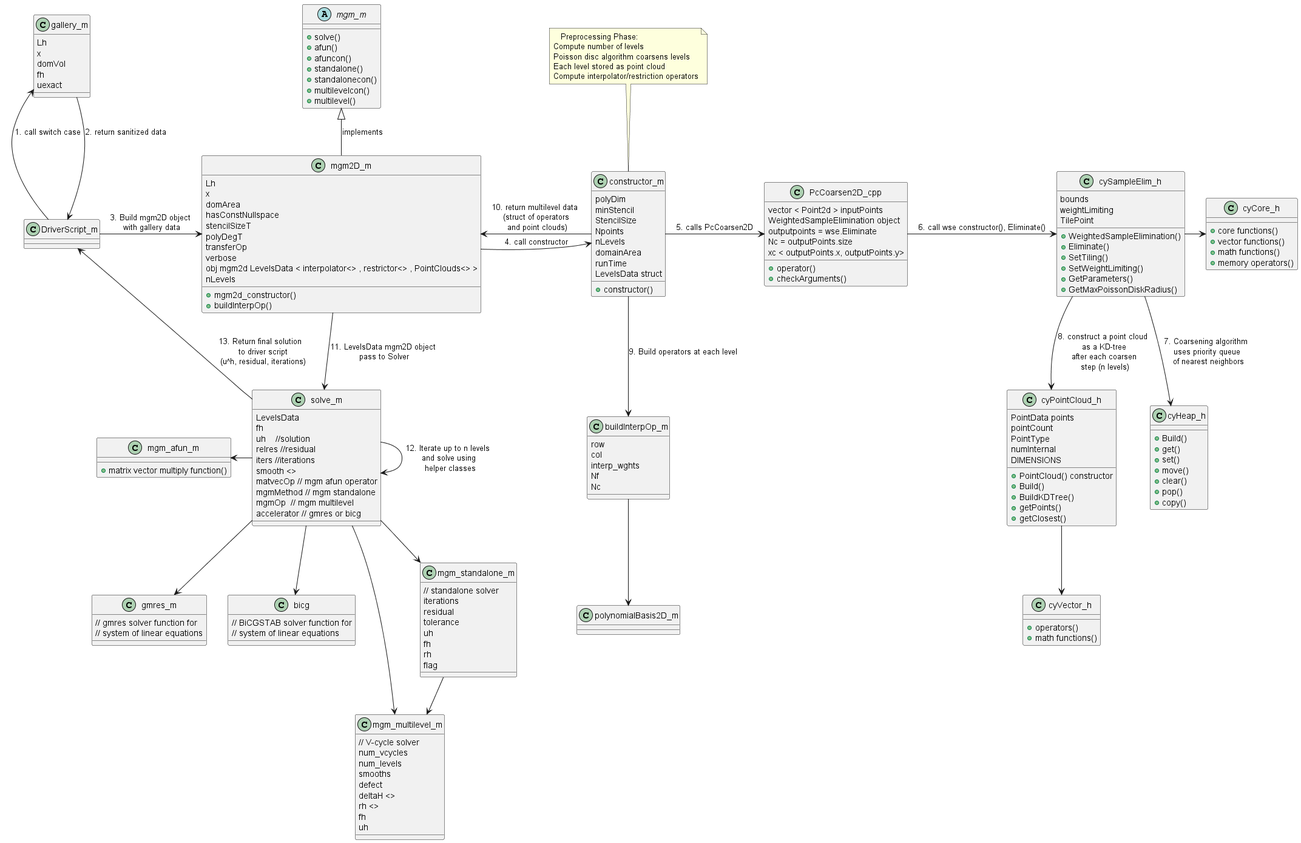
Earlier version of the PlantUML export docs/ClassDiagram.png (cs481-ekh/s24-meshers). Source of this version:
```plantuml
@startuml

abstract class mgm_m {
    +solve()
    +afun()
	+afuncon()
	+standalone()
	+standalonecon()
	+multilevelcon()
	+multilevel()
}

class mgm2D_m {
	Lh
	x
	domArea
	hasConstNullspace
	stencilSizeT
	polyDegT
	transferOp
	verbose
	obj mgm2d LevelsData < interpolator<> , restrictor<> , PointClouds<> >
	nLevels
    +mgm2d_constructor()
	+buildInterpOp()
}

class gallery_m {
	Lh
	x
	domVol
	fh
	uexact
}

class DriverScript_m {

}

class solve_m {
    LevelsData
	fh
	uh	//solution
	relres //residual
	iters //iterations
	smooth <>
	matvecOp // mgm afun operator
	mgmMethod // mgm standalone
	mgmOp  // mgm multilevel
	accelerator // gmres or bicg
}

class constructor_m {
	polyDim
	minStencil
	StencilSize
	Npoints
	nLevels
	domainArea
	runTime
	LevelsData struct
    +constructor()

}

class PcCoarsen2D_cpp {
	vector < Point2d > inputPoints
	WeightedSampleElimination object
	outputpoints = wse.Eliminate
	Nc = outputPoints.size
	xc < outputPoints.x, outputPoints.y>
	+operator()
	+checkArguments()
}

class cyHeap_h {
	+Build()
	+get()
	+set()
	+move()
	+clear()
	+pop()
	+copy()
}

class cyPointCloud_h {
	PointData points
	pointCount
	PointType
	numInternal
	DIMENSIONS
	+PointCloud() constructor
	+Build()
	+BuildKDTree()
	+getPoints()
	+getClosest()


}

class buildInterpOp_m {
	row
	col
	interp_wghts
	Nf
	Nc
}

class cyVector_h{
	+operators()
	+math functions()
}

class cySampleElim_h {
	bounds
	weightLimiting
	TilePoint
	+WeightedSampleElimination()
	+Eliminate()
	+SetTiling()
	+SetWeightLimiting()
	+GetParameters()
	+GetMaxPoissonDiskRadius()

}

class cyCore_h {
	+core functions()
	+vector functions()
	+math functions()
	+memory operators()
}

class polynomialBasis2D_m {

}

class mgm_afun_m {
	+matrix vector multiply function()
}

class mgm_multilevel_m {
	// V-cycle solver
	num_vcycles
	num_levels
	smooths
	defect
	deltaH <>
	rh <>
	fh
	uh

}

class mgm_standalone_m {
	// standalone solver
	iterations
	residual
	tolerance
	uh
	fh
	rh
	flag

}

class gmres_m {
	// gmres solver function for
	// system of linear equations
}

class bicg {
	// BiCGSTAB solver function for
	// system of linear equations
}


note top of constructor_m
    Preprocessing Phase:
	Compute number of levels
	Poisson disc algorithm coarsens levels
	Each level stored as point cloud
	Compute interpolator/restriction operators
end note

DriverScript_m -u-> gallery_m : 1. call switch case
gallery_m -d-> DriverScript_m : 2. return sanitized data
DriverScript_m -r-> mgm2D_m : 3. Build mgm2D object\n with gallery data
mgm2D_m -u-|> mgm_m : implements
mgm2D_m -r-> constructor_m :  4. call constructor
constructor_m -r-> PcCoarsen2D_cpp : 5. calls PcCoarsen2D
PcCoarsen2D_cpp -r-> cySampleElim_h : 6. call wse constructor(), Eliminate()
cySampleElim_h -r-> cyCore_h
cySampleElim_h -d-> cyHeap_h : 7. Coarsening algorithm \n uses priority queue \n of nearest neighbors
cySampleElim_h --> cyPointCloud_h : 8. construct a point cloud \n as a KD-tree \n after each coarsen \n step (n levels)
cyPointCloud_h --> cyVector_h
constructor_m --> buildInterpOp_m : 9. Build operators at each level
buildInterpOp_m --> polynomialBasis2D_m
constructor_m --> mgm2D_m :  10. return multilevel data \n (struct of operators \n and point clouds)
mgm2D_m -d-> solve_m : 11. LevelsData mgm2D object\n pass to Solver
solve_m --> solve_m : 12. Iterate up to n levels \n and solve using \n helper classes
solve_m -l-> mgm_afun_m
solve_m --> mgm_multilevel_m
solve_m --> mgm_standalone_m
solve_m --> gmres_m
solve_m --> bicg
mgm_standalone_m --> mgm_multilevel_m
solve_m -u-> DriverScript_m : 13. Return final solution \n to driver script\n (u^h, residual, iterations)

@enduml
```
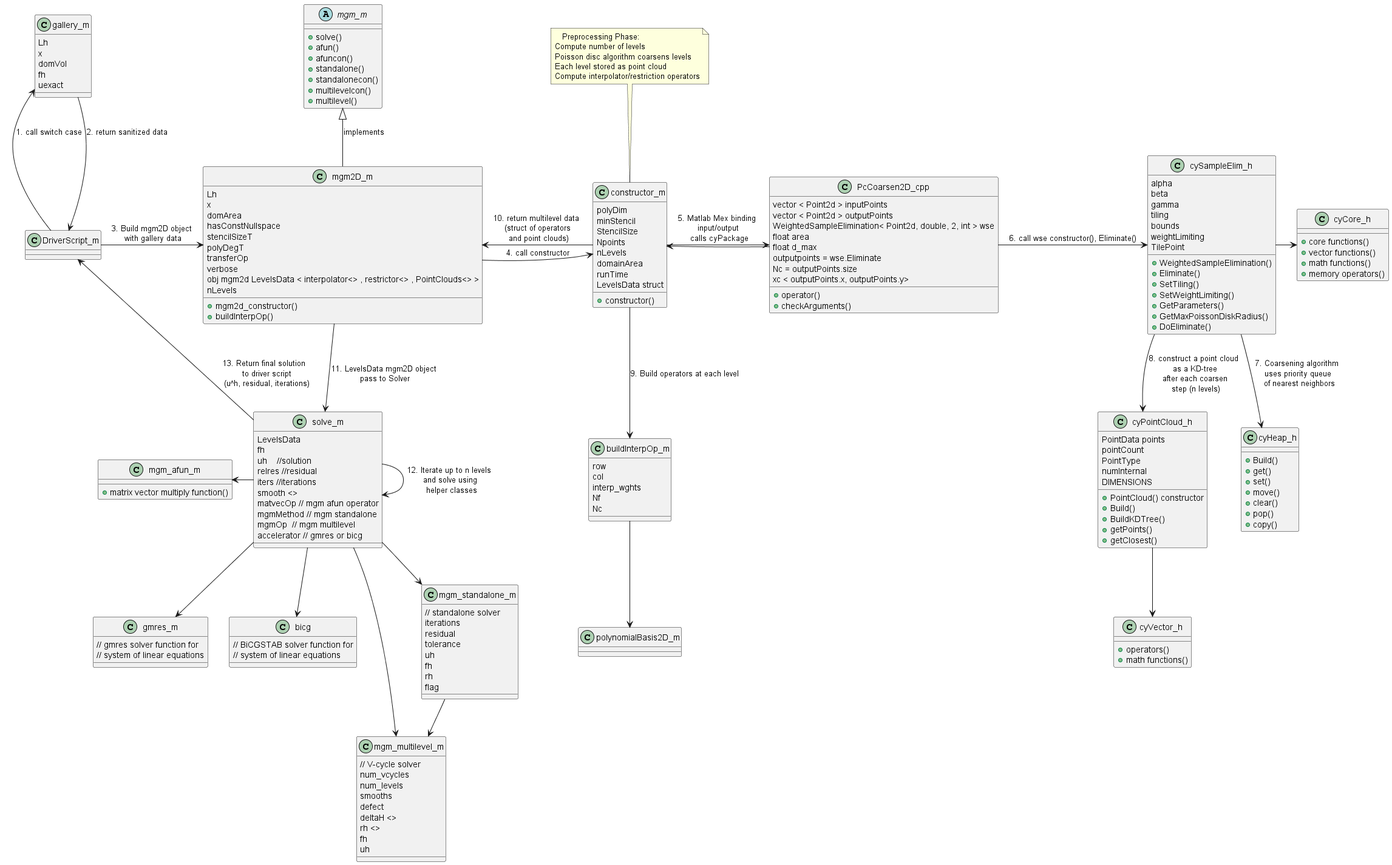
After the commit.

Change to the diagram source:
```diff
@@ -65,7 +65,10 @@
 
 class PcCoarsen2D_cpp {
 	vector < Point2d > inputPoints
-	WeightedSampleElimination object
+	vector < Point2d > outputPoints
+	WeightedSampleElimination< Point2d, double, 2, int > wse
+	float area
+	float d_max
 	outputpoints = wse.Eliminate
 	Nc = outputPoints.size
 	xc < outputPoints.x, outputPoints.y>
@@ -112,6 +115,10 @@
 }
 
 class cySampleElim_h {
+	alpha
+	beta
+	gamma
+	tiling
 	bounds
 	weightLimiting
 	TilePoint
@@ -121,6 +128,7 @@
 	+SetWeightLimiting()
 	+GetParameters()
 	+GetMaxPoissonDiskRadius()
+	+DoEliminate()
 
 }
 
@@ -188,7 +196,8 @@
 DriverScript_m -r-> mgm2D_m : 3. Build mgm2D object\n with gallery data
 mgm2D_m -u-|> mgm_m : implements
 mgm2D_m -r-> constructor_m :  4. call constructor
-constructor_m -r-> PcCoarsen2D_cpp : 5. calls PcCoarsen2D
+constructor_m -r-> PcCoarsen2D_cpp : 5. Matlab Mex binding \n input/output \n calls cyPackage
+PcCoarsen2D_cpp -d-> constructor_m
 PcCoarsen2D_cpp -r-> cySampleElim_h : 6. call wse constructor(), Eliminate()
 cySampleElim_h -r-> cyCore_h
 cySampleElim_h -d-> cyHeap_h : 7. Coarsening algorithm \n uses priority queue \n of nearest neighbors
```
